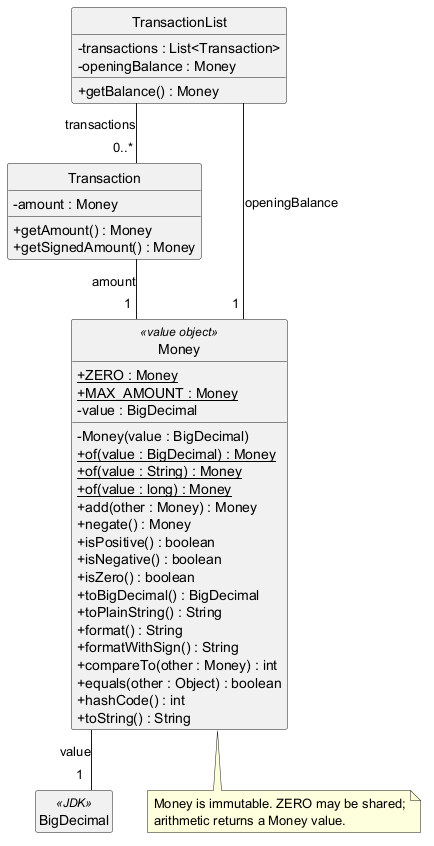
Above: docs/images/MoneyClassDiagram.png in AY2627S1-CS2113-W13-2/tp (PlantUML), before the change. Source of this version:
```plantuml
@startuml MoneyClassDiagram
hide circle
hide empty members
skinparam shadowing false
skinparam classAttributeIconSize 0
skinparam linetype ortho

class TransactionList {
    - transactions : List<Transaction>
    - openingBalance : Money
    + getBalance() : Money
}

class Transaction {
    - amount : Money
    + getAmount() : Money
    + getSignedAmount() : Money
}

class Money <<value object>> {
    + {static} ZERO : Money
    + {static} MAX_AMOUNT : Money
    - value : BigDecimal
    - Money(value : BigDecimal)
    + {static} of(value : BigDecimal) : Money
    + {static} of(value : String) : Money
    + {static} of(value : long) : Money
    + add(other : Money) : Money
    + negate() : Money
    + isPositive() : boolean
    + isNegative() : boolean
    + isZero() : boolean
    + toBigDecimal() : BigDecimal
    + toPlainString() : String
    + format() : String
    + formatWithSign() : String
    + compareTo(other : Money) : int
    + equals(other : Object) : boolean
    + hashCode() : int
    + toString() : String
}

class BigDecimal <<JDK>>

TransactionList -- "0..*  " Transaction : transactions
TransactionList -- "1  " Money : openingBalance
Transaction -- "1 " Money : amount
Money -- "1   " BigDecimal : value

note bottom of Money
  Money is immutable. ZERO may be shared;
  arithmetic returns a Money value.
end note
@enduml
```
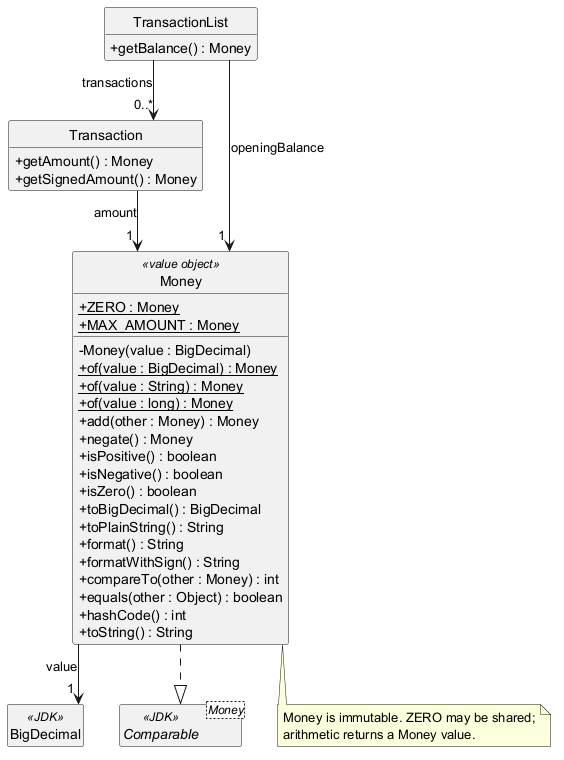
After the commit.

Commit message:
Remove unnecessary elements and add interface in MoneyClassDiagram

Diff of the diagram source:
```diff
@@ -6,13 +6,10 @@
 skinparam linetype ortho
 
 class TransactionList {
-    - transactions : List<Transaction>
-    - openingBalance : Money
     + getBalance() : Money
 }
 
 class Transaction {
-    - amount : Money
     + getAmount() : Money
     + getSignedAmount() : Money
 }
@@ -20,7 +17,6 @@
 class Money <<value object>> {
     + {static} ZERO : Money
     + {static} MAX_AMOUNT : Money
-    - value : BigDecimal
     - Money(value : BigDecimal)
     + {static} of(value : BigDecimal) : Money
     + {static} of(value : String) : Money
@@ -41,11 +37,13 @@
 }
 
 class BigDecimal <<JDK>>
+interface "Comparable<Money>" as ComparableMoney <<JDK>>
 
-TransactionList -- "0..*  " Transaction : transactions
-TransactionList -- "1  " Money : openingBalance
-Transaction -- "1 " Money : amount
-Money -- "1   " BigDecimal : value
+TransactionList --> "0..*  " Transaction : transactions
+TransactionList --> "1  " Money : openingBalance
+Transaction --> "1 " Money : amount
+Money --> "1   " BigDecimal : value
+Money ..|> ComparableMoney
 
 note bottom of Money
   Money is immutable. ZERO may be shared;
```
